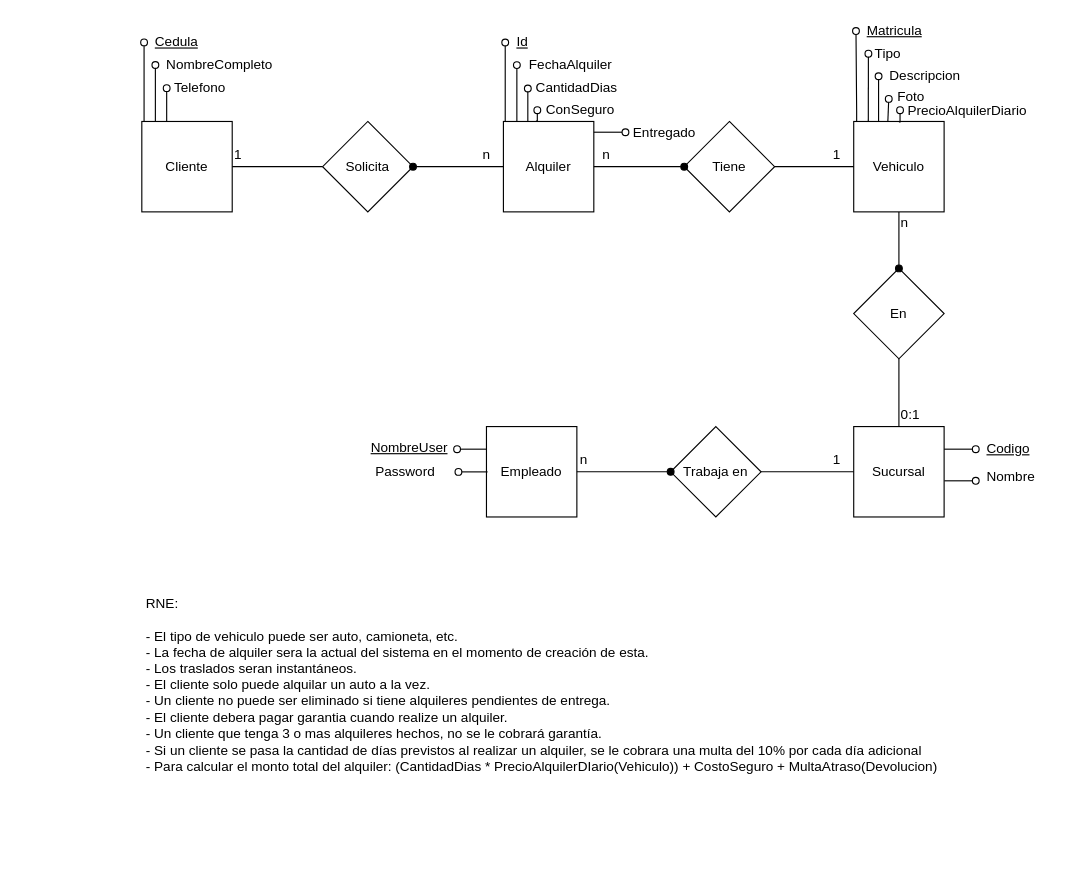
Before: Diagramas/MER.drawio in KaTTNico/BIOSRent, a draw.io diagram. Source tidied: cells renumbered, new cells numbered last; positions are measured from the earlier drawing's top-left corner, leaving out a move shared by most shapes. Both pictures are drawn from the tidied source at 113%, with x=0, y=0 at pixel (141, 19).
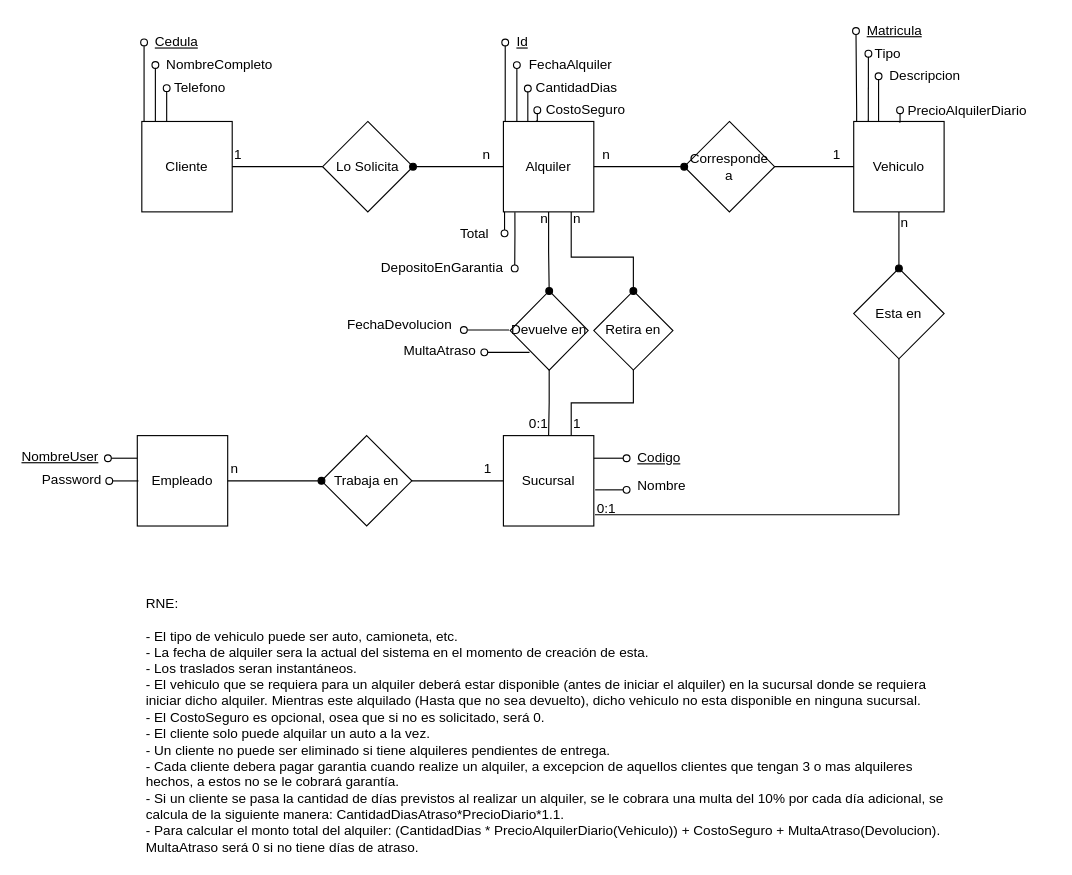
The same diagram, later.

The change refers to these unchanged cells:
```xml
<mxCell id="2" value="Alquiler" style="whiteSpace=wrap;html=1;" parent="1" vertex="1">
  <mxGeometry x="320" y="90" width="80" height="80" as="geometry" />
</mxCell>
```

Diff of the diagram source:
```diff
@@
     <mxCell id="5" value="Sucursal" style="whiteSpace=wrap;html=1;" parent="1" vertex="1">
-      <mxGeometry x="630" y="360" width="80" height="80" as="geometry" />
+      <mxGeometry x="320" y="368" width="80" height="80" as="geometry" />
     </mxCell>
     <mxCell id="6" value="Empleado" style="whiteSpace=wrap;html=1;" parent="1" vertex="1">
-      <mxGeometry x="305" y="360" width="80" height="80" as="geometry" />
+      <mxGeometry x="-4" y="368" width="80" height="80" as="geometry" />
     </mxCell>
@@
-    <mxCell id="8" value="Solicita" style="rhombus;whiteSpace=wrap;html=1;" parent="1" vertex="1">
+    <mxCell id="8" value="Lo Solicita" style="rhombus;whiteSpace=wrap;html=1;" parent="1" vertex="1">
       <mxGeometry x="160" y="90" width="80" height="80" as="geometry" />
     </mxCell>
@@
-    <mxCell id="10" value="Tiene" style="rhombus;whiteSpace=wrap;html=1;" parent="1" vertex="1">
+    <mxCell id="10" value="Corresponde a" style="rhombus;whiteSpace=wrap;html=1;" parent="1" vertex="1">
       <mxGeometry x="480" y="90" width="80" height="80" as="geometry" />
     </mxCell>
-    <mxCell id="11" style="edgeStyle=orthogonalEdgeStyle;rounded=0;jettySize=auto;html=1;exitX=0.5;exitY=1;exitDx=0;exitDy=0;entryX=0.5;entryY=0;entryDx=0;entryDy=0;endArrow=none;endFill=0;" parent="1" edge="1" source="12" target="5">
-      <mxGeometry relative="1" as="geometry" />
+    <mxCell id="11" style="edgeStyle=orthogonalEdgeStyle;rounded=0;jettySize=auto;html=1;exitX=0.5;exitY=1;exitDx=0;exitDy=0;entryX=1.013;entryY=0.875;entryDx=0;entryDy=0;endArrow=none;endFill=0;entryPerimeter=0;" parent="1" edge="1" source="12" target="5">
+      <mxGeometry relative="1" as="geometry">
+        <Array as="points">
+          <mxPoint x="670" y="438" />
+        </Array>
+      </mxGeometry>
     </mxCell>
-    <mxCell id="12" value="En" style="rhombus;whiteSpace=wrap;html=1;" parent="1" vertex="1">
+    <mxCell id="12" value="Esta en" style="rhombus;whiteSpace=wrap;html=1;" parent="1" vertex="1">
       <mxGeometry x="630" y="220" width="80" height="80" as="geometry" />
     </mxCell>
@@
     <mxCell id="14" value="Trabaja en" style="rhombus;whiteSpace=wrap;html=1;" parent="1" vertex="1">
-      <mxGeometry x="468" y="360" width="80" height="80" as="geometry" />
+      <mxGeometry x="159" y="368" width="80" height="80" as="geometry" />
     </mxCell>
@@
     <mxCell id="19" value="1" style="text;html=1;align=left;verticalAlign=top;spacingTop=-4;" parent="1" vertex="1">
-      <mxGeometry x="610" y="380" width="20" height="20" as="geometry" />
+      <mxGeometry x="301" y="388" width="20" height="20" as="geometry" />
     </mxCell>
     <mxCell id="20" value="n" style="text;html=1;align=left;verticalAlign=top;spacingTop=-4;" parent="1" vertex="1">
-      <mxGeometry x="386" y="380" width="20" height="20" as="geometry" />
+      <mxGeometry x="77" y="388" width="20" height="20" as="geometry" />
     </mxCell>
@@
     <mxCell id="22" value="0:1" style="text;html=1;align=left;verticalAlign=top;spacingTop=-4;" parent="1" vertex="1">
-      <mxGeometry x="670" y="340" width="30" height="20" as="geometry" />
+      <mxGeometry x="401" y="423" width="30" height="20" as="geometry" />
     </mxCell>
@@
-    <mxCell id="39" value="ConSeguro" style="text;html=1;align=left;verticalAlign=top;spacingTop=-4;" parent="1" vertex="1">
-      <mxGeometry x="356" y="70" width="80" height="20" as="geometry" />
+    <mxCell id="39" value="CostoSeguro" style="text;html=1;align=left;verticalAlign=top;spacingTop=-4;" parent="1" vertex="1">
+      <mxGeometry x="356" y="70" width="90" height="20" as="geometry" />
     </mxCell>
@@
-    <mxCell id="42" style="edgeStyle=orthogonalEdgeStyle;rounded=0;html=1;endArrow=oval;endFill=0;jettySize=auto;orthogonalLoop=1;strokeColor=#000000;fontSize=12;" parent="1" edge="1">
-      <mxGeometry relative="1" as="geometry">
-        <mxPoint x="660.2" y="90.2" as="sourcePoint" />
-        <mxPoint x="661" y="70" as="targetPoint" />
-        <Array as="points">
-          <mxPoint x="660.8" y="90.5" />
-          <mxPoint x="660.8" y="69.5" />
-        </Array>
-      </mxGeometry>
-    </mxCell>
@@
-    <mxCell id="46" value="Foto" style="text;html=1;align=left;verticalAlign=top;spacingTop=-4;" parent="1" vertex="1">
-      <mxGeometry x="667" y="58" width="40" height="20" as="geometry" />
-    </mxCell>
@@
     <mxCell id="50" style="edgeStyle=orthogonalEdgeStyle;rounded=0;html=1;endArrow=oval;endFill=0;jettySize=auto;strokeColor=#000000;fontSize=12;exitX=1;exitY=0.25;exitDx=0;exitDy=0;" parent="1" edge="1" source="5">
       <mxGeometry relative="1" as="geometry">
-        <mxPoint x="738" y="380" as="targetPoint" />
+        <mxPoint x="429" y="388" as="targetPoint" />
         <Array as="points">
-          <mxPoint x="738" y="380" />
-          <mxPoint x="738" y="380" />
+          <mxPoint x="429" y="388" />
+          <mxPoint x="429" y="388" />
         </Array>
       </mxGeometry>
     </mxCell>
     <mxCell id="51" style="edgeStyle=orthogonalEdgeStyle;rounded=0;html=1;endArrow=oval;endFill=0;jettySize=auto;orthogonalLoop=1;strokeColor=#000000;fontSize=12;exitX=1;exitY=0.25;exitDx=0;exitDy=0;" parent="1" edge="1">
       <mxGeometry relative="1" as="geometry">
-        <mxPoint x="710.2" y="408.1" as="sourcePoint" />
-        <mxPoint x="738" y="408" as="targetPoint" />
+        <mxPoint x="401.2" y="416.1" as="sourcePoint" />
+        <mxPoint x="429" y="416" as="targetPoint" />
         <Array as="points">
-          <mxPoint x="738" y="408" />
-          <mxPoint x="738" y="408" />
+          <mxPoint x="429" y="416" />
+          <mxPoint x="429" y="416" />
         </Array>
       </mxGeometry>
     </mxCell>
     <mxCell id="52" value="&lt;u&gt;Codigo&lt;/u&gt;" style="text;html=1;align=left;verticalAlign=top;spacingTop=-4;" parent="1" vertex="1">
-      <mxGeometry x="746" y="370" width="50" height="20" as="geometry" />
+      <mxGeometry x="437" y="378" width="50" height="20" as="geometry" />
     </mxCell>
     <mxCell id="53" value="Nombre" style="text;html=1;align=left;verticalAlign=top;spacingTop=-4;" parent="1" vertex="1">
-      <mxGeometry x="746" y="395" width="60" height="20" as="geometry" />
+      <mxGeometry x="437" y="403" width="60" height="20" as="geometry" />
     </mxCell>
     <mxCell id="54" style="edgeStyle=orthogonalEdgeStyle;rounded=0;html=1;endArrow=oval;endFill=0;jettySize=auto;strokeColor=#000000;fontSize=12;exitX=0;exitY=0.25;exitDx=0;exitDy=0;" parent="1" edge="1" source="6">
       <mxGeometry relative="1" as="geometry">
-        <mxPoint x="279" y="380" as="targetPoint" />
+        <mxPoint x="-30" y="388" as="targetPoint" />
         <Array as="points">
-          <mxPoint x="279" y="380" />
+          <mxPoint x="-30" y="388" />
         </Array>
       </mxGeometry>
     </mxCell>
     <mxCell id="55" value="&lt;u&gt;NombreUser&lt;/u&gt;" style="text;html=1;align=left;verticalAlign=top;spacingTop=-4;" parent="1" vertex="1">
-      <mxGeometry x="201" y="369" width="80" height="20" as="geometry" />
+      <mxGeometry x="-108" y="377" width="80" height="20" as="geometry" />
     </mxCell>
     <mxCell id="56" style="edgeStyle=orthogonalEdgeStyle;rounded=0;html=1;endArrow=oval;endFill=0;jettySize=auto;orthogonalLoop=1;strokeColor=#000000;fontSize=12;exitX=0;exitY=0.25;exitDx=0;exitDy=0;" parent="1" edge="1">
       <mxGeometry relative="1" as="geometry">
-        <mxPoint x="306" y="400.1" as="sourcePoint" />
-        <mxPoint x="280.2" y="400.1" as="targetPoint" />
+        <mxPoint x="-3" y="408.1" as="sourcePoint" />
+        <mxPoint x="-28.8" y="408.1" as="targetPoint" />
         <Array as="points">
-          <mxPoint x="280" y="400" />
+          <mxPoint x="-29" y="408" />
         </Array>
       </mxGeometry>
     </mxCell>
     <mxCell id="57" value="Password" style="text;html=1;align=left;verticalAlign=top;spacingTop=-4;" parent="1" vertex="1">
-      <mxGeometry x="205" y="390" width="70" height="20" as="geometry" />
+      <mxGeometry x="-90" y="397" width="70" height="20" as="geometry" />
     </mxCell>
-    <mxCell id="58" value="RNE:&lt;br&gt;&lt;br&gt;- El tipo de vehiculo puede ser auto, camioneta, etc.&lt;br&gt;- La fecha de alquiler sera la actual del sistema en el momento de creación de esta.&lt;br&gt;- Los traslados seran instantáneos.&lt;br&gt;- El cliente solo puede alquilar un auto a la vez.&lt;br&gt;- Un cliente no puede ser eliminado si tiene alquileres pendientes de entrega.&lt;br&gt;- El cliente debera pagar garantia cuando realize un alquiler.&lt;br&gt;- Un cliente que tenga 3 o mas alquileres hechos, no se le cobrará garantía.&lt;br&gt;- Si un cliente se pasa la cantidad de días previstos al realizar un alquiler, se le cobrara una multa del 10% por cada día adicional&lt;br&gt;- Para calcular el monto total del alquiler: (CantidadDias * PrecioAlquilerDIario(Vehiculo)) + CostoSeguro + MultaAtraso(Devolucion)&lt;br&gt;" style="text;html=1;align=left;verticalAlign=top;spacingTop=-4;" parent="1" vertex="1">
-      <mxGeometry x="2" y="507" width="720" height="160" as="geometry" />
+    <mxCell id="58" value="RNE:&lt;br&gt;&lt;br&gt;- El tipo de vehiculo puede ser auto, camioneta, etc.&lt;br&gt;- La fecha de alquiler sera la actual del sistema en el momento de creación de esta.&lt;br&gt;- Los traslados seran instantáneos.&lt;br&gt;-&amp;nbsp;&lt;span&gt;El vehiculo que se requiera para un alquiler deberá estar disponible (antes de iniciar el alquiler) en la sucursal donde se requiera &lt;br&gt;iniciar dicho alquiler. Mientras este alquilado (Hasta que no sea devuelto), dicho vehiculo no esta disponible en ninguna sucursal.&lt;/span&gt;&lt;br&gt;- El CostoSeguro es opcional, osea que si no es solicitado, será 0.&lt;br&gt;- El cliente solo puede alquilar un auto a la vez.&lt;br&gt;- Un cliente no puede ser eliminado si tiene alquileres pendientes de entrega.&lt;br&gt;- Cada cliente debera pagar garantia cuando realize un alquiler, a excepcion de aquellos&amp;nbsp;clientes que tengan 3 o mas alquileres &lt;br&gt;hechos, a estos no se le cobrará garantía.&lt;br&gt;- Si un cliente se pasa la cantidad de días previstos al realizar un alquiler, se le cobrara una multa del 10% por cada día adicional, se&amp;nbsp;&lt;br&gt;calcula de la siguiente manera: CantidadDiasAtraso*PrecioDiario*1.1.&lt;br&gt;- Para calcular el monto total del alquiler: (CantidadDias * PrecioAlquilerDiario(Vehiculo)) + CostoSeguro + MultaAtraso(Devolucion).&lt;br&gt;MultaAtraso será 0 si no tiene días de atraso.&lt;br&gt;" style="text;html=1;align=left;verticalAlign=top;spacingTop=-4;" parent="1" vertex="1">
+      <mxGeometry x="2" y="507" width="720" height="230" as="geometry" />
     </mxCell>
@@
-    <mxCell id="60" style="edgeStyle=orthogonalEdgeStyle;rounded=0;html=1;endArrow=oval;endFill=0;jettySize=auto;orthogonalLoop=1;strokeColor=#000000;fontSize=12;exitX=1;exitY=0.25;exitDx=0;exitDy=0;" parent="1" edge="1">
+    <mxCell id="60" style="edgeStyle=orthogonalEdgeStyle;rounded=0;html=1;endArrow=oval;endFill=0;jettySize=auto;strokeColor=#000000;fontSize=12;exitX=0.127;exitY=1.005;exitDx=0;exitDy=0;exitPerimeter=0;" parent="1" edge="1" source="2">
       <mxGeometry relative="1" as="geometry">
-        <mxPoint x="400" y="99.5" as="sourcePoint" />
-        <mxPoint x="428" y="99.5" as="targetPoint" />
+        <mxPoint x="330" y="220" as="targetPoint" />
         <Array as="points">
-          <mxPoint x="428" y="99.5" />
-          <mxPoint x="428" y="99.5" />
+          <mxPoint x="330" y="190" />
         </Array>
       </mxGeometry>
     </mxCell>
-    <mxCell id="61" value="Entregado" style="text;html=1;align=left;verticalAlign=top;spacingTop=-4;" parent="1" vertex="1">
-      <mxGeometry x="433" y="90" width="70" height="20" as="geometry" />
-    </mxCell>
+    <mxCell id="62" value="DepositoEnGarantia" style="text;html=1;align=left;verticalAlign=top;spacingTop=-4;" parent="1" vertex="1">
+      <mxGeometry x="209.5" y="210" width="120" height="20" as="geometry" />
+    </mxCell>
+    <mxCell id="63" style="edgeStyle=orthogonalEdgeStyle;rounded=0;html=1;endArrow=oval;endFill=0;jettySize=auto;orthogonalLoop=1;strokeColor=#000000;fontSize=12;exitX=0.127;exitY=1.005;exitDx=0;exitDy=0;exitPerimeter=0;" parent="1" edge="1">
+      <mxGeometry relative="1" as="geometry">
+        <mxPoint x="321.6" y="169.9" as="sourcePoint" />
+        <mxPoint x="321" y="189" as="targetPoint" />
+        <Array as="points">
+          <mxPoint x="321.5" y="189.5" />
+        </Array>
+      </mxGeometry>
+    </mxCell>
+    <mxCell id="64" value="Total" style="text;html=1;align=left;verticalAlign=top;spacingTop=-4;" parent="1" vertex="1">
+      <mxGeometry x="280" y="180" width="40" height="20" as="geometry" />
+    </mxCell>
+    <mxCell id="65" style="edgeStyle=orthogonalEdgeStyle;rounded=0;jettySize=auto;html=1;exitX=0.5;exitY=1;exitDx=0;exitDy=0;endArrow=none;endFill=0;" parent="1" edge="1" source="66" target="5">
+      <mxGeometry relative="1" as="geometry" />
+    </mxCell>
+    <mxCell id="66" value="Devuelve en" style="rhombus;whiteSpace=wrap;html=1;" parent="1" vertex="1">
+      <mxGeometry x="326" y="240" width="69" height="70" as="geometry" />
+    </mxCell>
+    <mxCell id="67" style="edgeStyle=orthogonalEdgeStyle;rounded=0;jettySize=auto;html=1;exitX=0.5;exitY=1;exitDx=0;exitDy=0;entryX=0.75;entryY=0;entryDx=0;entryDy=0;endArrow=none;endFill=0;" parent="1" edge="1" source="68" target="5">
+      <mxGeometry relative="1" as="geometry" />
+    </mxCell>
+    <mxCell id="68" value="Retira en" style="rhombus;whiteSpace=wrap;html=1;" parent="1" vertex="1">
+      <mxGeometry x="400" y="240" width="70" height="70" as="geometry" />
+    </mxCell>
+    <mxCell id="69" style="edgeStyle=orthogonalEdgeStyle;rounded=0;html=1;endArrow=oval;endFill=0;jettySize=auto;orthogonalLoop=1;strokeColor=#000000;fontSize=12;" parent="1" edge="1">
+      <mxGeometry relative="1" as="geometry">
+        <mxPoint x="325" y="274.5" as="sourcePoint" />
+        <mxPoint x="285" y="274.5" as="targetPoint" />
+        <Array as="points">
+          <mxPoint x="285" y="274.5" />
+        </Array>
+      </mxGeometry>
+    </mxCell>
+    <mxCell id="70" style="edgeStyle=orthogonalEdgeStyle;rounded=0;jettySize=auto;html=1;exitX=0.5;exitY=1;exitDx=0;exitDy=0;entryX=0.5;entryY=0;entryDx=0;entryDy=0;endArrow=oval;endFill=1;" parent="1" edge="1" source="2" target="66">
+      <mxGeometry relative="1" as="geometry" />
+    </mxCell>
+    <mxCell id="71" style="edgeStyle=orthogonalEdgeStyle;rounded=0;jettySize=auto;html=1;entryX=0.5;entryY=0;entryDx=0;entryDy=0;endArrow=oval;endFill=1;" parent="1" edge="1" target="68">
+      <mxGeometry relative="1" as="geometry">
+        <mxPoint x="380" y="170" as="sourcePoint" />
+        <Array as="points">
+          <mxPoint x="380" y="170" />
+          <mxPoint x="380" y="210" />
+          <mxPoint x="435" y="210" />
+        </Array>
+      </mxGeometry>
+    </mxCell>
+    <mxCell id="72" value="FechaDevolucion" style="text;html=1;align=left;verticalAlign=top;spacingTop=-4;" parent="1" vertex="1">
+      <mxGeometry x="180" y="260" width="110" height="20" as="geometry" />
+    </mxCell>
+    <mxCell id="73" style="edgeStyle=orthogonalEdgeStyle;rounded=0;html=1;endArrow=oval;endFill=0;jettySize=auto;orthogonalLoop=1;strokeColor=#000000;fontSize=12;" parent="1" edge="1">
+      <mxGeometry relative="1" as="geometry">
+        <mxPoint x="343.1" y="294.3" as="sourcePoint" />
+        <mxPoint x="303.1" y="294.3" as="targetPoint" />
+        <Array as="points">
+          <mxPoint x="303" y="294.5" />
+        </Array>
+      </mxGeometry>
+    </mxCell>
+    <mxCell id="74" value="MultaAtraso" style="text;html=1;align=left;verticalAlign=top;spacingTop=-4;" parent="1" vertex="1">
+      <mxGeometry x="230" y="283" width="80" height="20" as="geometry" />
+    </mxCell>
+    <mxCell id="75" value="n" style="text;html=1;align=left;verticalAlign=top;spacingTop=-4;" parent="1" vertex="1">
+      <mxGeometry x="350.5" y="166" width="20" height="20" as="geometry" />
+    </mxCell>
+    <mxCell id="76" value="n" style="text;html=1;align=left;verticalAlign=top;spacingTop=-4;" parent="1" vertex="1">
+      <mxGeometry x="380" y="166" width="20" height="20" as="geometry" />
+    </mxCell>
+    <mxCell id="77" value="1" style="text;html=1;align=left;verticalAlign=top;spacingTop=-4;" parent="1" vertex="1">
+      <mxGeometry x="380" y="348" width="20" height="20" as="geometry" />
+    </mxCell>
+    <mxCell id="78" value="0:1" style="text;html=1;align=left;verticalAlign=top;spacingTop=-4;" parent="1" vertex="1">
+      <mxGeometry x="341" y="348" width="30" height="20" as="geometry" />
+    </mxCell>
```
